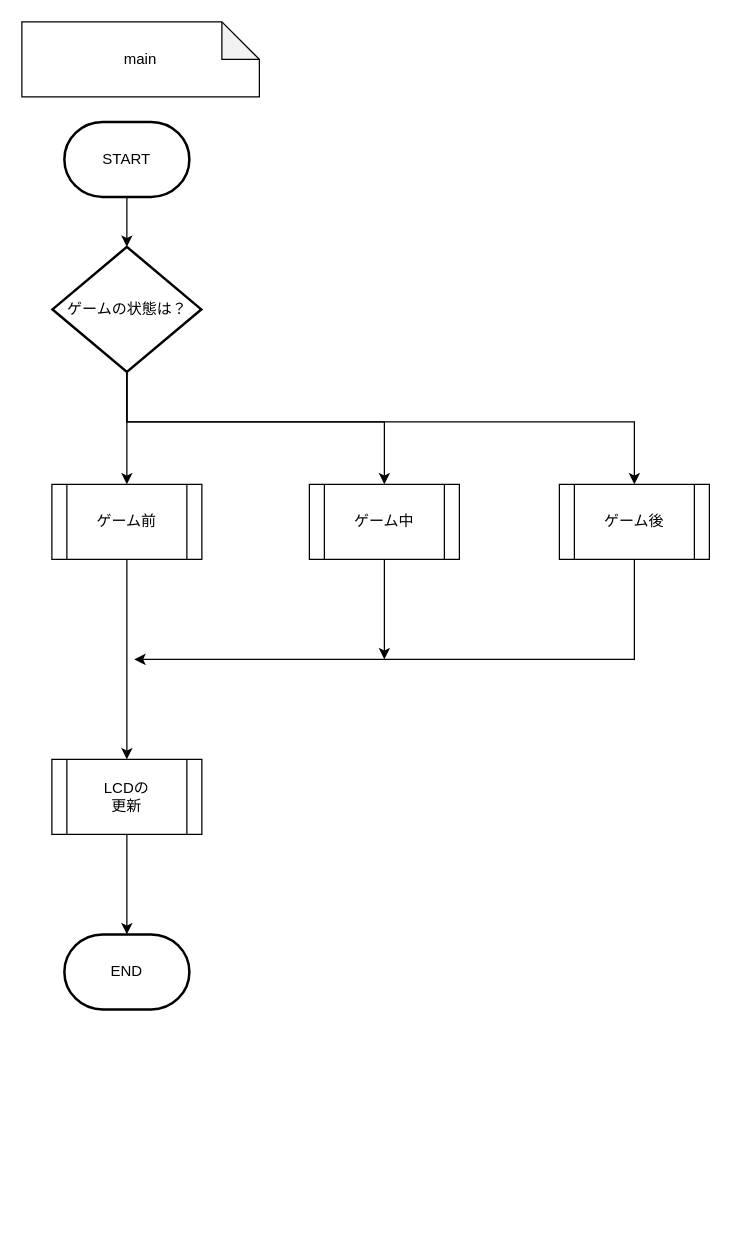
Before: page "main" (1 of 4) of 資料/設計書/モグラ叩き_フローチャート.drawio in hakohumi/comp.train.whack-a-mole, a draw.io diagram. Source tidied: cells renumbered, new cells numbered last; positions are measured from the earlier drawing's top-left corner, leaving out a move shared by most shapes. Both pictures are drawn from the tidied source at 125%, with x=0, y=0 at pixel (21, 21).
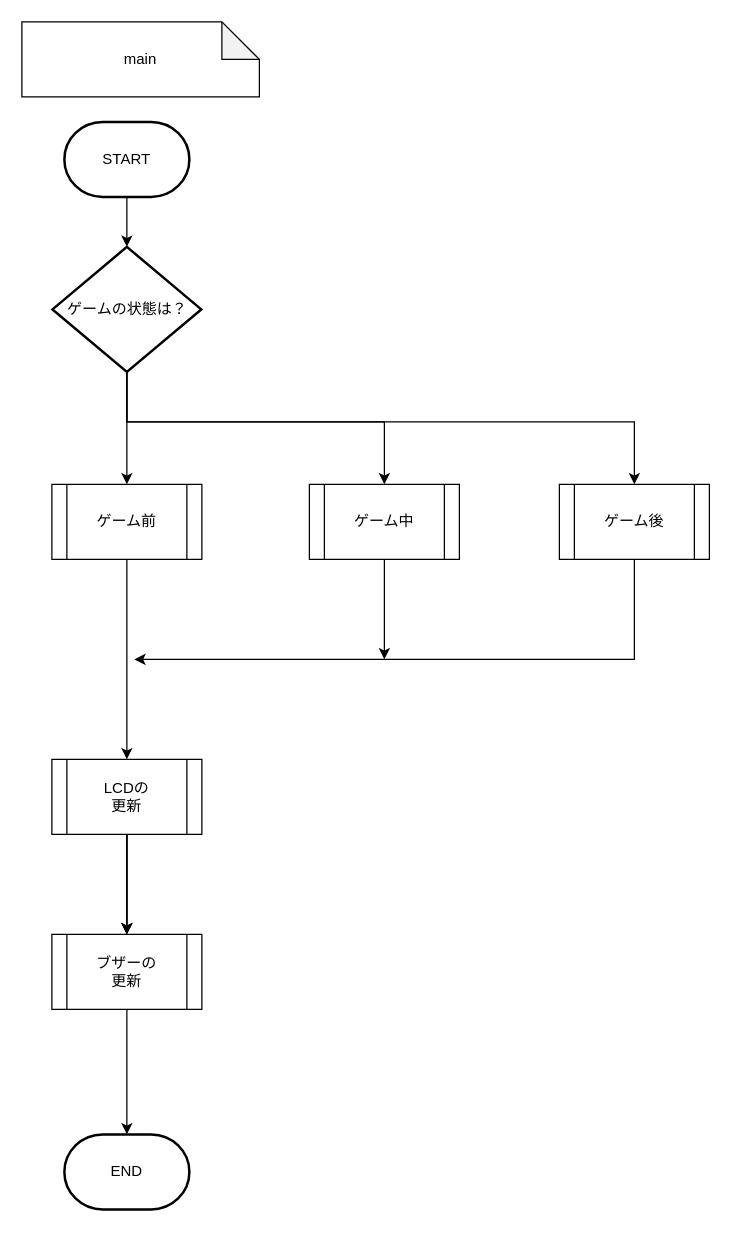
Above is the later version.

Commit message:
update メインのフローにブザーの更新モジュールを追加

The change refers to these unchanged cells:
```xml
<mxCell id="15" value="LCDの&lt;br&gt;更新" style="shape=process;whiteSpace=wrap;html=1;backgroundOutline=1;" parent="1" vertex="1">
  <mxGeometry x="24" y="590" width="120" height="60" as="geometry" />
</mxCell>
```

Diff of the diagram source:
```diff
@@
+    <mxCell id="18" style="edgeStyle=orthogonalEdgeStyle;rounded=0;jettySize=auto;html=1;" parent="1" edge="1" source="15">
+      <mxGeometry relative="1" as="geometry">
+        <mxPoint x="84" y="730" as="targetPoint" />
+      </mxGeometry>
+    </mxCell>
+    <mxCell id="19" style="edgeStyle=orthogonalEdgeStyle;rounded=0;jettySize=auto;html=1;" parent="1" edge="1" source="15" target="21">
+      <mxGeometry relative="1" as="geometry" />
+    </mxCell>
@@
+    <mxCell id="17" value="main" style="shape=note;whiteSpace=wrap;html=1;backgroundOutline=1;darkOpacity=0.05;" parent="1" vertex="1">
+      <mxGeometry width="190" height="60" as="geometry" />
+    </mxCell>
     <mxCell id="16" value="END" style="strokeWidth=2;html=1;shape=mxgraph.flowchart.terminator;whiteSpace=wrap;" parent="1" vertex="1">
-      <mxGeometry x="34" y="730" width="100" height="60" as="geometry" />
+      <mxGeometry x="34" y="890" width="100" height="60" as="geometry" />
     </mxCell>
-    <mxCell id="17" value="main" style="shape=note;whiteSpace=wrap;html=1;backgroundOutline=1;darkOpacity=0.05;" parent="1" vertex="1">
-      <mxGeometry width="190" height="60" as="geometry" />
-    </mxCell>
+    <mxCell id="20" style="edgeStyle=orthogonalEdgeStyle;rounded=0;jettySize=auto;html=1;" parent="1" edge="1" source="21" target="16">
+      <mxGeometry relative="1" as="geometry" />
+    </mxCell>
+    <mxCell id="21" value="ブザーの&lt;br&gt;更新" style="shape=process;whiteSpace=wrap;html=1;backgroundOutline=1;" parent="1" vertex="1">
+      <mxGeometry x="24" y="730" width="120" height="60" as="geometry" />
+    </mxCell>
```
